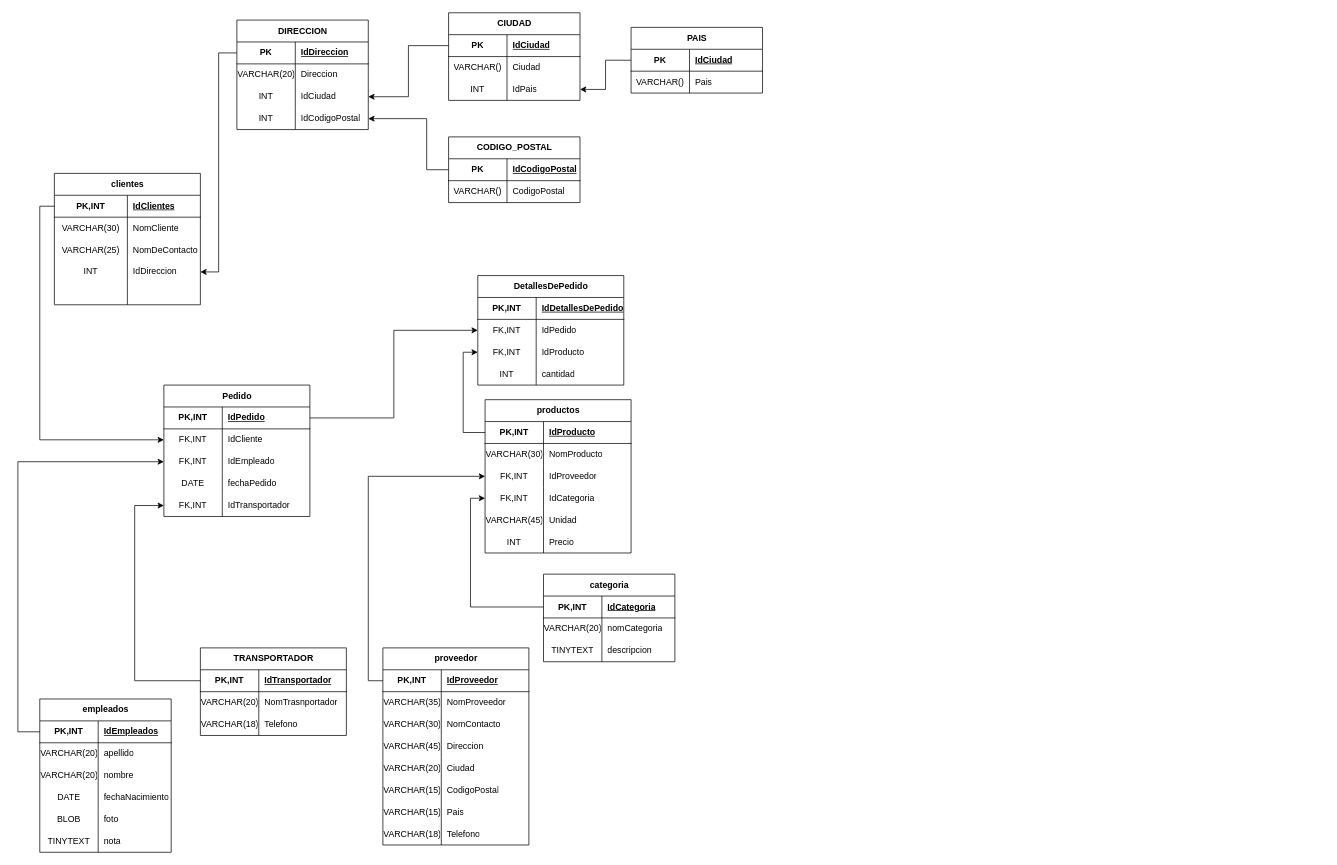
Above: Diagrama sin título.drawio in JOSSEyela/practica-final (draw.io), before the change. Source tidied: cells renumbered, new cells numbered last; positions are measured from the earlier drawing's top-left corner, leaving out a move shared by most shapes. Both pictures are drawn from the tidied source at 73%, with x=0, y=0 at pixel (18, 12).
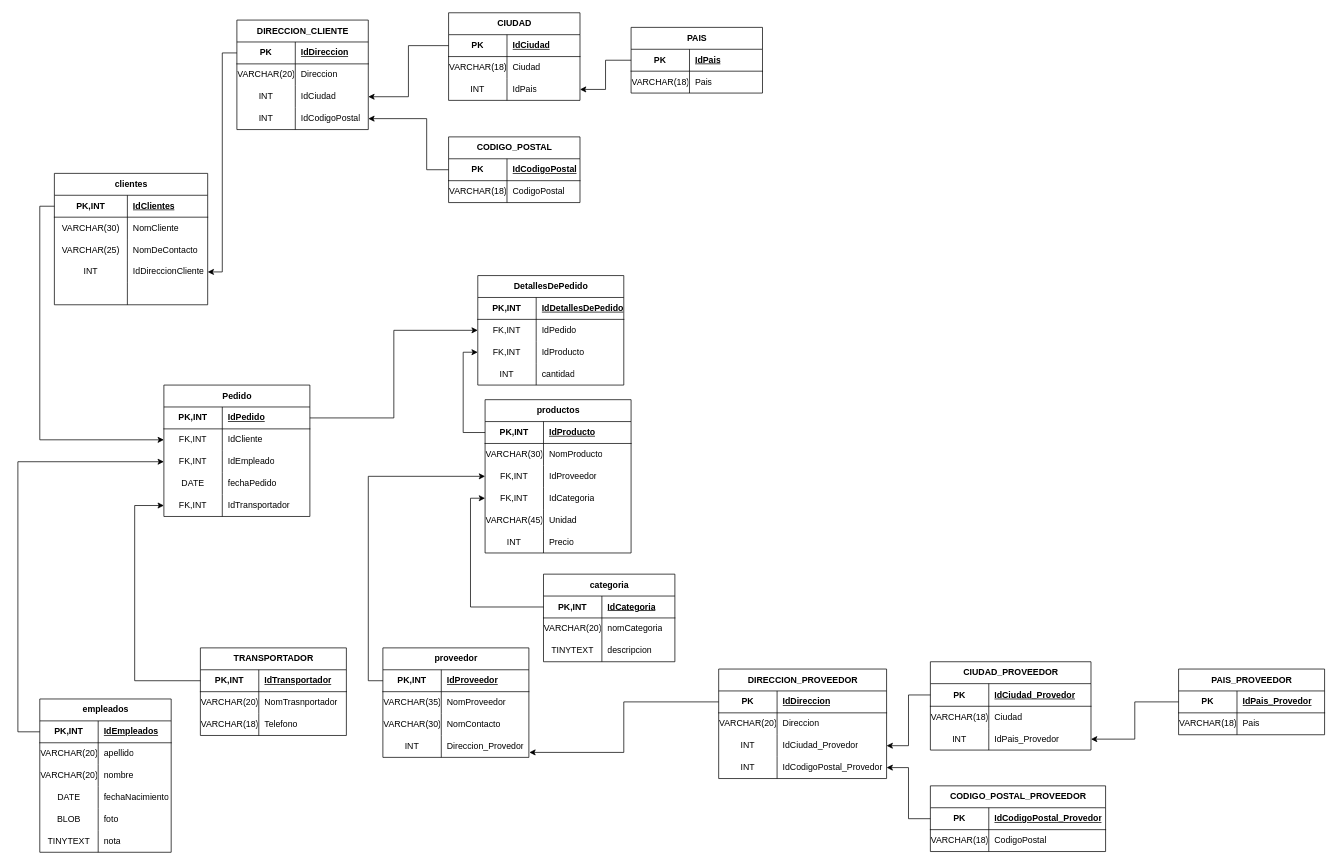
The same page after the edit.

Unchanged cells that the change refers to:
```xml
<mxCell id="115" style="shape=tableRow;horizontal=0;startSize=0;swimlaneHead=0;swimlaneBody=0;fillColor=none;points=[[0,0.5],[1,0.5]];portConstraint=eastwest;top=0;left=0;right=0;bottom=0;" parent="105" vertex="1">
  <mxGeometry y="120" width="200" height="30" as="geometry" />
</mxCell>
<mxCell id="141" style="shape=tableRow;horizontal=0;startSize=0;swimlaneHead=0;swimlaneBody=0;fillColor=none;top=0;left=0;right=0;bottom=0;" parent="137" vertex="1">
  <mxGeometry y="60" width="180" height="30" as="geometry" />
</mxCell>
<mxCell id="149" style="shape=tableRow;horizontal=0;startSize=0;swimlaneHead=0;swimlaneBody=0;fillColor=none;top=0;left=0;right=0;bottom=1;" parent="148" vertex="1">
  <mxGeometry y="30" width="180" height="30" as="geometry" />
</mxCell>
<mxCell id="152" style="shape=tableRow;horizontal=0;startSize=0;swimlaneHead=0;swimlaneBody=0;fillColor=none;top=0;left=0;right=0;bottom=0;" parent="148" vertex="1">
  <mxGeometry y="60" width="180" height="30" as="geometry" />
</mxCell>
<mxCell id="172" style="shape=tableRow;horizontal=0;startSize=0;swimlaneHead=0;swimlaneBody=0;fillColor=none;top=0;left=0;right=0;bottom=0;" parent="168" vertex="1">
  <mxGeometry y="60" width="180" height="30" as="geometry" />
</mxCell>
```

What changed in the source:
```diff
@@
     <mxCell id="2" value="clientes" style="shape=table;startSize=30;childLayout=tableLayout;rowLines=0;fontStyle=1;align=center;html=1;" parent="1" vertex="1">
-      <mxGeometry x="50" y="220" width="200" height="180" as="geometry" />
+      <mxGeometry x="50" y="220" width="210" height="180" as="geometry" />
     </mxCell>
     <mxCell id="3" style="shape=tableRow;horizontal=0;startSize=0;swimlaneHead=0;swimlaneBody=0;fillColor=none;points=[[0,0.5],[1,0.5]];portConstraint=eastwest;top=0;left=0;right=0;bottom=1;" parent="2" vertex="1">
-      <mxGeometry y="30" width="200" height="30" as="geometry" />
+      <mxGeometry y="30" width="210" height="30" as="geometry" />
     </mxCell>
@@
     <mxCell id="5" value="IdClientes" style="shape=partialRectangle;fillColor=none;top=0;left=0;bottom=0;right=0;align=left;spacingLeft=6;fontStyle=5;overflow=hidden;whiteSpace=wrap;html=1;" parent="3" vertex="1">
-      <mxGeometry x="100" width="100" height="30" as="geometry" />
+      <mxGeometry x="100" width="110" height="30" as="geometry" />
     </mxCell>
     <mxCell id="6" style="shape=tableRow;horizontal=0;startSize=0;swimlaneHead=0;swimlaneBody=0;fillColor=none;top=0;left=0;right=0;bottom=0;" parent="2" vertex="1">
-      <mxGeometry y="60" width="200" height="30" as="geometry" />
+      <mxGeometry y="60" width="210" height="30" as="geometry" />
     </mxCell>
@@
     <mxCell id="8" value="NomCliente" style="shape=partialRectangle;fillColor=none;top=0;left=0;bottom=0;right=0;align=left;spacingLeft=6;overflow=hidden;whiteSpace=wrap;html=1;" parent="6" vertex="1">
-      <mxGeometry x="100" width="100" height="30" as="geometry" />
+      <mxGeometry x="100" width="110" height="30" as="geometry" />
     </mxCell>
     <mxCell id="9" style="shape=tableRow;horizontal=0;startSize=0;swimlaneHead=0;swimlaneBody=0;fillColor=none;top=0;left=0;right=0;bottom=0;" parent="2" vertex="1">
-      <mxGeometry y="90" width="200" height="30" as="geometry" />
+      <mxGeometry y="90" width="210" height="30" as="geometry" />
     </mxCell>
@@
     <mxCell id="11" value="NomDeContacto" style="shape=partialRectangle;fillColor=none;top=0;left=0;bottom=0;right=0;align=left;spacingLeft=6;overflow=hidden;whiteSpace=wrap;html=1;" parent="9" vertex="1">
-      <mxGeometry x="100" width="100" height="30" as="geometry" />
+      <mxGeometry x="100" width="110" height="30" as="geometry" />
     </mxCell>
     <mxCell id="12" style="shape=tableRow;horizontal=0;startSize=0;swimlaneHead=0;swimlaneBody=0;fillColor=none;points=[[0,0.5],[1,0.5]];portConstraint=eastwest;top=0;left=0;right=0;bottom=0;" parent="2" vertex="1">
-      <mxGeometry y="120" width="200" height="30" as="geometry" />
+      <mxGeometry y="120" width="210" height="30" as="geometry" />
     </mxCell>
@@
-    <mxCell id="14" value="IdDireccion" style="shape=partialRectangle;fillColor=none;top=0;left=0;bottom=0;right=0;align=left;spacingLeft=6;overflow=hidden;whiteSpace=wrap;html=1;" parent="12" vertex="1">
-      <mxGeometry x="100" width="100" height="30" as="geometry" />
+    <mxCell id="14" value="IdDireccionCliente" style="shape=partialRectangle;fillColor=none;top=0;left=0;bottom=0;right=0;align=left;spacingLeft=6;overflow=hidden;whiteSpace=wrap;html=1;" parent="12" vertex="1">
+      <mxGeometry x="100" width="110" height="30" as="geometry" />
     </mxCell>
     <mxCell id="15" style="shape=tableRow;horizontal=0;startSize=0;swimlaneHead=0;swimlaneBody=0;fillColor=none;top=0;left=0;right=0;bottom=0;" parent="2" vertex="1">
-      <mxGeometry y="150" width="200" height="30" as="geometry" />
+      <mxGeometry y="150" width="210" height="30" as="geometry" />
     </mxCell>
@@
     <mxCell id="17" style="shape=partialRectangle;fillColor=none;top=0;left=0;bottom=0;right=0;align=left;spacingLeft=6;overflow=hidden;whiteSpace=wrap;html=1;" parent="15" vertex="1">
-      <mxGeometry x="100" width="100" height="30" as="geometry" />
+      <mxGeometry x="100" width="110" height="30" as="geometry" />
     </mxCell>
@@
     <mxCell id="105" value="proveedor" style="shape=table;startSize=30;childLayout=tableLayout;rowLines=0;fontStyle=1;align=center;html=1;" parent="1" vertex="1">
-      <mxGeometry x="500" y="870" width="200" height="270" as="geometry" />
+      <mxGeometry x="500" y="870" width="200" height="150" as="geometry" />
     </mxCell>
@@
-    <mxCell id="116" value="VARCHAR(45)" style="shape=partialRectangle;fillColor=none;top=0;left=0;bottom=0;right=0;overflow=hidden;whiteSpace=wrap;html=1;" parent="115" vertex="1">
+    <mxCell id="116" value="INT" style="shape=partialRectangle;fillColor=none;top=0;left=0;bottom=0;right=0;overflow=hidden;whiteSpace=wrap;html=1;" parent="115" vertex="1">
       <mxGeometry width="80" height="30" as="geometry" />
     </mxCell>
-    <mxCell id="117" value="Direccion" style="shape=partialRectangle;fillColor=none;top=0;left=0;bottom=0;right=0;align=left;spacingLeft=6;overflow=hidden;whiteSpace=wrap;html=1;" parent="115" vertex="1">
+    <mxCell id="117" value="Direccion_Provedor" style="shape=partialRectangle;fillColor=none;top=0;left=0;bottom=0;right=0;align=left;spacingLeft=6;overflow=hidden;whiteSpace=wrap;html=1;" parent="115" vertex="1">
       <mxGeometry x="80" width="120" height="30" as="geometry" />
     </mxCell>
-    <mxCell id="118" style="shape=tableRow;horizontal=0;startSize=0;swimlaneHead=0;swimlaneBody=0;fillColor=none;top=0;left=0;right=0;bottom=0;" parent="105" vertex="1">
-      <mxGeometry y="150" width="200" height="30" as="geometry" />
-    </mxCell>
-    <mxCell id="119" value="VARCHAR(20)" style="shape=partialRectangle;fillColor=none;top=0;left=0;bottom=0;right=0;overflow=hidden;whiteSpace=wrap;html=1;" parent="118" vertex="1">
-      <mxGeometry width="80" height="30" as="geometry" />
-    </mxCell>
-    <mxCell id="120" value="Ciudad" style="shape=partialRectangle;fillColor=none;top=0;left=0;bottom=0;right=0;align=left;spacingLeft=6;overflow=hidden;whiteSpace=wrap;html=1;" parent="118" vertex="1">
-      <mxGeometry x="80" width="120" height="30" as="geometry" />
-    </mxCell>
-    <mxCell id="121" style="shape=tableRow;horizontal=0;startSize=0;swimlaneHead=0;swimlaneBody=0;fillColor=none;top=0;left=0;right=0;bottom=0;" parent="105" vertex="1">
-      <mxGeometry y="180" width="200" height="30" as="geometry" />
-    </mxCell>
-    <mxCell id="122" value="VARCHAR(15)" style="shape=partialRectangle;fillColor=none;top=0;left=0;bottom=0;right=0;overflow=hidden;whiteSpace=wrap;html=1;" parent="121" vertex="1">
-      <mxGeometry width="80" height="30" as="geometry" />
-    </mxCell>
-    <mxCell id="123" value="CodigoPostal" style="shape=partialRectangle;fillColor=none;top=0;left=0;bottom=0;right=0;align=left;spacingLeft=6;overflow=hidden;whiteSpace=wrap;html=1;" parent="121" vertex="1">
-      <mxGeometry x="80" width="120" height="30" as="geometry" />
-    </mxCell>
-    <mxCell id="124" style="shape=tableRow;horizontal=0;startSize=0;swimlaneHead=0;swimlaneBody=0;fillColor=none;top=0;left=0;right=0;bottom=0;" parent="105" vertex="1">
-      <mxGeometry y="210" width="200" height="30" as="geometry" />
-    </mxCell>
-    <mxCell id="125" value="VARCHAR(15)" style="shape=partialRectangle;fillColor=none;top=0;left=0;bottom=0;right=0;overflow=hidden;whiteSpace=wrap;html=1;" parent="124" vertex="1">
-      <mxGeometry width="80" height="30" as="geometry" />
-    </mxCell>
-    <mxCell id="126" value="Pais" style="shape=partialRectangle;fillColor=none;top=0;left=0;bottom=0;right=0;align=left;spacingLeft=6;overflow=hidden;whiteSpace=wrap;html=1;" parent="124" vertex="1">
-      <mxGeometry x="80" width="120" height="30" as="geometry" />
-    </mxCell>
-    <mxCell id="127" style="shape=tableRow;horizontal=0;startSize=0;swimlaneHead=0;swimlaneBody=0;fillColor=none;top=0;left=0;right=0;bottom=0;" parent="105" vertex="1">
-      <mxGeometry y="240" width="200" height="30" as="geometry" />
-    </mxCell>
-    <mxCell id="128" value="VARCHAR(18)" style="shape=partialRectangle;fillColor=none;top=0;left=0;bottom=0;right=0;overflow=hidden;whiteSpace=wrap;html=1;" parent="127" vertex="1">
-      <mxGeometry width="80" height="30" as="geometry" />
-    </mxCell>
-    <mxCell id="129" value="Telefono" style="shape=partialRectangle;fillColor=none;top=0;left=0;bottom=0;right=0;align=left;spacingLeft=6;overflow=hidden;whiteSpace=wrap;html=1;" parent="127" vertex="1">
-      <mxGeometry x="80" width="120" height="30" as="geometry" />
-    </mxCell>
@@
-    <mxCell id="142" value="VARCHAR()" style="shape=partialRectangle;fillColor=none;top=0;left=0;bottom=0;right=0;overflow=hidden;whiteSpace=wrap;html=1;" parent="141" vertex="1">
+    <mxCell id="142" value="VARCHAR(18)" style="shape=partialRectangle;fillColor=none;top=0;left=0;bottom=0;right=0;overflow=hidden;whiteSpace=wrap;html=1;" parent="141" vertex="1">
       <mxGeometry width="80" height="30" as="geometry" />
     </mxCell>
@@
-    <mxCell id="151" value="IdCiudad" style="shape=partialRectangle;fillColor=none;top=0;left=0;bottom=0;right=0;align=left;spacingLeft=6;fontStyle=5;overflow=hidden;whiteSpace=wrap;html=1;" parent="149" vertex="1">
+    <mxCell id="151" value="IdPais" style="shape=partialRectangle;fillColor=none;top=0;left=0;bottom=0;right=0;align=left;spacingLeft=6;fontStyle=5;overflow=hidden;whiteSpace=wrap;html=1;" parent="149" vertex="1">
       <mxGeometry x="80" width="100" height="30" as="geometry" />
     </mxCell>
@@
-    <mxCell id="153" value="VARCHAR()" style="shape=partialRectangle;fillColor=none;top=0;left=0;bottom=0;right=0;overflow=hidden;whiteSpace=wrap;html=1;" parent="152" vertex="1">
+    <mxCell id="153" value="VARCHAR(18)" style="shape=partialRectangle;fillColor=none;top=0;left=0;bottom=0;right=0;overflow=hidden;whiteSpace=wrap;html=1;" parent="152" vertex="1">
       <mxGeometry width="80" height="30" as="geometry" />
     </mxCell>
@@
-    <mxCell id="155" value="DIRECCION" style="shape=table;startSize=30;childLayout=tableLayout;rowLines=0;fontStyle=1;align=center;html=1;" parent="1" vertex="1">
+    <mxCell id="155" value="DIRECCION_CLIENTE" style="shape=table;startSize=30;childLayout=tableLayout;rowLines=0;fontStyle=1;align=center;html=1;" parent="1" vertex="1">
       <mxGeometry x="300" y="10" width="180" height="150" as="geometry" />
     </mxCell>
@@
-    <mxCell id="173" value="VARCHAR()" style="shape=partialRectangle;fillColor=none;top=0;left=0;bottom=0;right=0;overflow=hidden;whiteSpace=wrap;html=1;" parent="172" vertex="1">
+    <mxCell id="173" value="VARCHAR(18)" style="shape=partialRectangle;fillColor=none;top=0;left=0;bottom=0;right=0;overflow=hidden;whiteSpace=wrap;html=1;" parent="172" vertex="1">
       <mxGeometry width="80" height="30" as="geometry" />
     </mxCell>
@@
+    <mxCell id="178" value="CIUDAD_PROVEEDOR" style="shape=table;startSize=30;childLayout=tableLayout;rowLines=0;fontStyle=1;align=center;html=1;" parent="1" vertex="1">
+      <mxGeometry x="1250" y="889" width="220" height="121" as="geometry" />
+    </mxCell>
+    <mxCell id="179" style="shape=tableRow;horizontal=0;startSize=0;swimlaneHead=0;swimlaneBody=0;fillColor=none;points=[[0,0.5],[1,0.5]];portConstraint=eastwest;top=0;left=0;right=0;bottom=1;" parent="178" vertex="1">
+      <mxGeometry y="30" width="220" height="31" as="geometry" />
+    </mxCell>
+    <mxCell id="180" value="PK" style="shape=partialRectangle;fillColor=none;top=0;left=0;bottom=0;right=0;fontStyle=1;overflow=hidden;whiteSpace=wrap;html=1;" parent="179" vertex="1">
+      <mxGeometry width="80" height="31" as="geometry" />
+    </mxCell>
+    <mxCell id="181" value="IdCiudad_Provedor" style="shape=partialRectangle;fillColor=none;top=0;left=0;bottom=0;right=0;align=left;spacingLeft=6;fontStyle=5;overflow=hidden;whiteSpace=wrap;html=1;" parent="179" vertex="1">
+      <mxGeometry x="80" width="140" height="31" as="geometry" />
+    </mxCell>
+    <mxCell id="182" style="shape=tableRow;horizontal=0;startSize=0;swimlaneHead=0;swimlaneBody=0;fillColor=none;top=0;left=0;right=0;bottom=0;" parent="178" vertex="1">
+      <mxGeometry y="61" width="220" height="30" as="geometry" />
+    </mxCell>
+    <mxCell id="183" value="VARCHAR(18)" style="shape=partialRectangle;fillColor=none;top=0;left=0;bottom=0;right=0;overflow=hidden;whiteSpace=wrap;html=1;" parent="182" vertex="1">
+      <mxGeometry width="80" height="30" as="geometry" />
+    </mxCell>
+    <mxCell id="120" value="Ciudad" style="shape=partialRectangle;fillColor=none;top=0;left=0;bottom=0;right=0;align=left;spacingLeft=6;overflow=hidden;whiteSpace=wrap;html=1;" parent="182" vertex="1">
+      <mxGeometry x="80" width="140" height="30" as="geometry" />
+    </mxCell>
+    <mxCell id="184" style="shape=tableRow;horizontal=0;startSize=0;swimlaneHead=0;swimlaneBody=0;fillColor=none;points=[[0,0.5],[1,0.5]];portConstraint=eastwest;top=0;left=0;right=0;bottom=0;" parent="178" vertex="1">
+      <mxGeometry y="91" width="220" height="30" as="geometry" />
+    </mxCell>
+    <mxCell id="185" value="INT" style="shape=partialRectangle;fillColor=none;top=0;left=0;bottom=0;right=0;overflow=hidden;whiteSpace=wrap;html=1;" parent="184" vertex="1">
+      <mxGeometry width="80" height="30" as="geometry" />
+    </mxCell>
+    <mxCell id="186" value="IdPais_Provedor" style="shape=partialRectangle;fillColor=none;top=0;left=0;bottom=0;right=0;align=left;spacingLeft=6;overflow=hidden;whiteSpace=wrap;html=1;" parent="184" vertex="1">
+      <mxGeometry x="80" width="140" height="30" as="geometry" />
+    </mxCell>
+    <mxCell id="187" style="edgeStyle=orthogonalEdgeStyle;rounded=0;jettySize=auto;html=1;entryX=1;entryY=0.5;entryDx=0;entryDy=0;" parent="1" edge="1" source="188" target="184">
+      <mxGeometry relative="1" as="geometry" />
+    </mxCell>
+    <mxCell id="188" value="PAIS_PROVEEDOR" style="shape=table;startSize=30;childLayout=tableLayout;rowLines=0;fontStyle=1;align=center;html=1;" parent="1" vertex="1">
+      <mxGeometry x="1590" y="899" width="200" height="90" as="geometry" />
+    </mxCell>
+    <mxCell id="189" style="shape=tableRow;horizontal=0;startSize=0;swimlaneHead=0;swimlaneBody=0;fillColor=none;top=0;left=0;right=0;bottom=1;" parent="188" vertex="1">
+      <mxGeometry y="30" width="200" height="30" as="geometry" />
+    </mxCell>
+    <mxCell id="190" value="PK" style="shape=partialRectangle;fillColor=none;top=0;left=0;bottom=0;right=0;fontStyle=1;overflow=hidden;whiteSpace=wrap;html=1;" parent="189" vertex="1">
+      <mxGeometry width="80" height="30" as="geometry" />
+    </mxCell>
+    <mxCell id="191" value="IdPais_Provedor" style="shape=partialRectangle;fillColor=none;top=0;left=0;bottom=0;right=0;align=left;spacingLeft=6;fontStyle=5;overflow=hidden;whiteSpace=wrap;html=1;" parent="189" vertex="1">
+      <mxGeometry x="80" width="120" height="30" as="geometry" />
+    </mxCell>
+    <mxCell id="192" style="shape=tableRow;horizontal=0;startSize=0;swimlaneHead=0;swimlaneBody=0;fillColor=none;top=0;left=0;right=0;bottom=0;" parent="188" vertex="1">
+      <mxGeometry y="60" width="200" height="30" as="geometry" />
+    </mxCell>
+    <mxCell id="193" value="VARCHAR(18)" style="shape=partialRectangle;fillColor=none;top=0;left=0;bottom=0;right=0;overflow=hidden;whiteSpace=wrap;html=1;" parent="192" vertex="1">
+      <mxGeometry width="80" height="30" as="geometry" />
+    </mxCell>
+    <mxCell id="126" value="Pais" style="shape=partialRectangle;fillColor=none;top=0;left=0;bottom=0;right=0;align=left;spacingLeft=6;overflow=hidden;whiteSpace=wrap;html=1;" parent="192" vertex="1">
+      <mxGeometry x="80" width="120" height="30" as="geometry" />
+    </mxCell>
+    <mxCell id="194" value="DIRECCION_PROVEEDOR" style="shape=table;startSize=30;childLayout=tableLayout;rowLines=0;fontStyle=1;align=center;html=1;" parent="1" vertex="1">
+      <mxGeometry x="960" y="899" width="230" height="150" as="geometry" />
+    </mxCell>
+    <mxCell id="195" style="shape=tableRow;horizontal=0;startSize=0;swimlaneHead=0;swimlaneBody=0;fillColor=none;points=[[0,0.5],[1,0.5]];portConstraint=eastwest;top=0;left=0;right=0;bottom=1;" parent="194" vertex="1">
+      <mxGeometry y="30" width="230" height="30" as="geometry" />
+    </mxCell>
+    <mxCell id="196" value="PK" style="shape=partialRectangle;fillColor=none;top=0;left=0;bottom=0;right=0;fontStyle=1;overflow=hidden;whiteSpace=wrap;html=1;" parent="195" vertex="1">
+      <mxGeometry width="80" height="30" as="geometry" />
+    </mxCell>
+    <mxCell id="197" value="IdDireccion" style="shape=partialRectangle;fillColor=none;top=0;left=0;bottom=0;right=0;align=left;spacingLeft=6;fontStyle=5;overflow=hidden;whiteSpace=wrap;html=1;" parent="195" vertex="1">
+      <mxGeometry x="80" width="150" height="30" as="geometry" />
+    </mxCell>
+    <mxCell id="198" style="shape=tableRow;horizontal=0;startSize=0;swimlaneHead=0;swimlaneBody=0;fillColor=none;top=0;left=0;right=0;bottom=0;" parent="194" vertex="1">
+      <mxGeometry y="60" width="230" height="30" as="geometry" />
+    </mxCell>
+    <mxCell id="119" value="VARCHAR(20)" style="shape=partialRectangle;fillColor=none;top=0;left=0;bottom=0;right=0;overflow=hidden;whiteSpace=wrap;html=1;" parent="198" vertex="1">
+      <mxGeometry width="80" height="30" as="geometry" />
+    </mxCell>
+    <mxCell id="199" value="Direccion" style="shape=partialRectangle;fillColor=none;top=0;left=0;bottom=0;right=0;align=left;spacingLeft=6;overflow=hidden;whiteSpace=wrap;html=1;" parent="198" vertex="1">
+      <mxGeometry x="80" width="150" height="30" as="geometry" />
+    </mxCell>
+    <mxCell id="200" style="shape=tableRow;horizontal=0;startSize=0;swimlaneHead=0;swimlaneBody=0;fillColor=none;points=[[0,0.5],[1,0.5]];portConstraint=eastwest;top=0;left=0;right=0;bottom=0;" parent="194" vertex="1">
+      <mxGeometry y="90" width="230" height="30" as="geometry" />
+    </mxCell>
+    <mxCell id="201" value="INT" style="shape=partialRectangle;fillColor=none;top=0;left=0;bottom=0;right=0;overflow=hidden;whiteSpace=wrap;html=1;" parent="200" vertex="1">
+      <mxGeometry width="80" height="30" as="geometry" />
+    </mxCell>
+    <mxCell id="202" value="IdCiudad_Provedor" style="shape=partialRectangle;fillColor=none;top=0;left=0;bottom=0;right=0;align=left;spacingLeft=6;overflow=hidden;whiteSpace=wrap;html=1;" parent="200" vertex="1">
+      <mxGeometry x="80" width="150" height="30" as="geometry" />
+    </mxCell>
+    <mxCell id="203" style="shape=tableRow;horizontal=0;startSize=0;swimlaneHead=0;swimlaneBody=0;fillColor=none;points=[[0,0.5],[1,0.5]];portConstraint=eastwest;top=0;left=0;right=0;bottom=0;" parent="194" vertex="1">
+      <mxGeometry y="120" width="230" height="30" as="geometry" />
+    </mxCell>
+    <mxCell id="204" value="INT" style="shape=partialRectangle;fillColor=none;top=0;left=0;bottom=0;right=0;overflow=hidden;whiteSpace=wrap;html=1;" parent="203" vertex="1">
+      <mxGeometry width="80" height="30" as="geometry" />
+    </mxCell>
+    <mxCell id="205" value="IdCodigoPostal_Provedor" style="shape=partialRectangle;fillColor=none;top=0;left=0;bottom=0;right=0;align=left;spacingLeft=6;overflow=hidden;whiteSpace=wrap;html=1;" parent="203" vertex="1">
+      <mxGeometry x="80" width="150" height="30" as="geometry" />
+    </mxCell>
+    <mxCell id="206" value="CODIGO_POSTAL_PROVEEDOR" style="shape=table;startSize=30;childLayout=tableLayout;rowLines=0;fontStyle=1;align=center;html=1;" parent="1" vertex="1">
+      <mxGeometry x="1250" y="1059" width="240" height="90" as="geometry" />
+    </mxCell>
+    <mxCell id="207" style="shape=tableRow;horizontal=0;startSize=0;swimlaneHead=0;swimlaneBody=0;fillColor=none;points=[[0,0.5],[1,0.5]];portConstraint=eastwest;top=0;left=0;right=0;bottom=1;" parent="206" vertex="1">
+      <mxGeometry y="30" width="240" height="30" as="geometry" />
+    </mxCell>
+    <mxCell id="208" value="PK" style="shape=partialRectangle;fillColor=none;top=0;left=0;bottom=0;right=0;fontStyle=1;overflow=hidden;whiteSpace=wrap;html=1;" parent="207" vertex="1">
+      <mxGeometry width="80" height="30" as="geometry" />
+    </mxCell>
+    <mxCell id="209" value="IdCodigoPostal_Provedor" style="shape=partialRectangle;fillColor=none;top=0;left=0;bottom=0;right=0;align=left;spacingLeft=6;fontStyle=5;overflow=hidden;whiteSpace=wrap;html=1;" parent="207" vertex="1">
+      <mxGeometry x="80" width="160" height="30" as="geometry" />
+    </mxCell>
+    <mxCell id="210" style="shape=tableRow;horizontal=0;startSize=0;swimlaneHead=0;swimlaneBody=0;fillColor=none;top=0;left=0;right=0;bottom=0;" parent="206" vertex="1">
+      <mxGeometry y="60" width="240" height="30" as="geometry" />
+    </mxCell>
+    <mxCell id="211" value="VARCHAR(18)" style="shape=partialRectangle;fillColor=none;top=0;left=0;bottom=0;right=0;overflow=hidden;whiteSpace=wrap;html=1;" parent="210" vertex="1">
+      <mxGeometry width="80" height="30" as="geometry" />
+    </mxCell>
+    <mxCell id="123" value="CodigoPostal" style="shape=partialRectangle;fillColor=none;top=0;left=0;bottom=0;right=0;align=left;spacingLeft=6;overflow=hidden;whiteSpace=wrap;html=1;" parent="210" vertex="1">
+      <mxGeometry x="80" width="160" height="30" as="geometry" />
+    </mxCell>
+    <mxCell id="212" style="edgeStyle=orthogonalEdgeStyle;rounded=0;jettySize=auto;html=1;exitX=0;exitY=0.5;exitDx=0;exitDy=0;entryX=1;entryY=0.5;entryDx=0;entryDy=0;" parent="1" edge="1" source="207" target="203">
+      <mxGeometry relative="1" as="geometry">
+        <Array as="points">
+          <mxPoint x="1220" y="1104" />
+          <mxPoint x="1220" y="1034" />
+        </Array>
+      </mxGeometry>
+    </mxCell>
+    <mxCell id="213" style="edgeStyle=orthogonalEdgeStyle;rounded=0;jettySize=auto;html=1;exitX=0;exitY=0.5;exitDx=0;exitDy=0;entryX=1;entryY=0.5;entryDx=0;entryDy=0;" parent="1" edge="1" source="179" target="200">
+      <mxGeometry relative="1" as="geometry" />
+    </mxCell>
+    <mxCell id="214" style="edgeStyle=orthogonalEdgeStyle;rounded=0;jettySize=auto;html=1;exitX=0;exitY=0.5;exitDx=0;exitDy=0;entryX=1.003;entryY=0.773;entryDx=0;entryDy=0;entryPerimeter=0;" parent="1" edge="1" source="195" target="115">
+      <mxGeometry relative="1" as="geometry" />
+    </mxCell>
```
